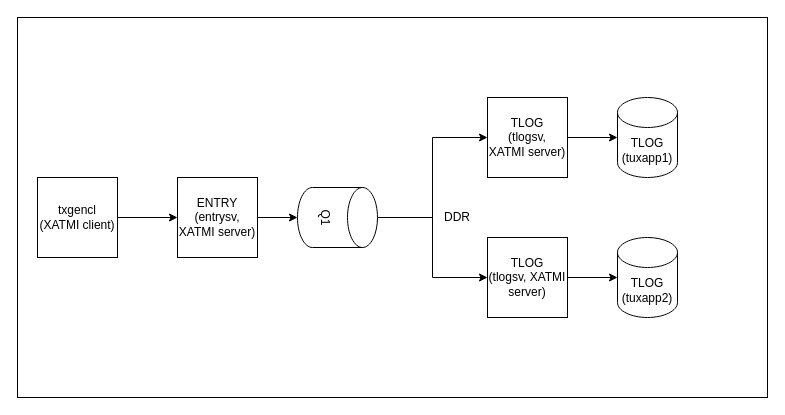
endurox-dev/tuxapp keeps this draw.io diagram as doc/program.drawio. Above is the earlier version. Source tidied: cells renumbered, new cells numbered last; positions are measured from the earlier drawing's top-left corner, leaving out a move shared by most shapes. Both pictures are drawn from the tidied source at 100%, with x=0, y=0 at pixel (17, 17).
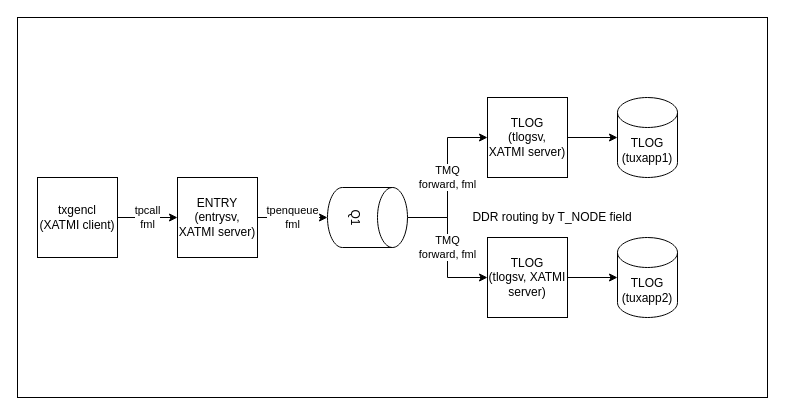
Above is the later version.

Diff of the diagram source:
```diff
@@
 <mxGraphModel>
   <root>
     <mxCell id="0" />
     <mxCell id="1" parent="0" />
     <mxCell id="2" style="rounded=0;whiteSpace=wrap;html=1;" parent="1" vertex="1">
       <mxGeometry width="750" height="380" as="geometry" />
     </mxCell>
-    <mxCell id="3" style="edgeStyle=orthogonalEdgeStyle;rounded=0;jettySize=auto;html=1;entryX=0;entryY=0.5;entryDx=0;entryDy=0;" parent="1" edge="1" source="4" target="16">
+    <mxCell id="3" value="tpcall&lt;br&gt;fml" style="edgeStyle=orthogonalEdgeStyle;rounded=0;jettySize=auto;html=1;entryX=0;entryY=0.5;entryDx=0;entryDy=0;" parent="1" edge="1" source="4" target="16">
       <mxGeometry relative="1" as="geometry" />
     </mxCell>
     <mxCell id="4" value="txgencl&lt;br&gt;(XATMI client)" style="whiteSpace=wrap;html=1;" parent="1" vertex="1">
       <mxGeometry x="20" y="160" width="80" height="80" as="geometry" />
     </mxCell>
-    <mxCell id="5" style="edgeStyle=orthogonalEdgeStyle;rounded=0;jettySize=auto;html=1;exitX=0.5;exitY=0;exitDx=0;exitDy=0;exitPerimeter=0;" parent="1" edge="1" source="7" target="11">
+    <mxCell id="5" value="TMQ&lt;br&gt;forward, fml" style="edgeStyle=orthogonalEdgeStyle;rounded=0;jettySize=auto;html=1;exitX=0.5;exitY=0;exitDx=0;exitDy=0;exitPerimeter=0;" parent="1" edge="1" source="7" target="11">
       <mxGeometry relative="1" as="geometry" />
     </mxCell>
-    <mxCell id="6" style="edgeStyle=orthogonalEdgeStyle;rounded=0;jettySize=auto;html=1;entryX=0;entryY=0.5;entryDx=0;entryDy=0;" parent="1" edge="1" source="7" target="9">
+    <mxCell id="6" value="TMQ&lt;br&gt;forward, fml" style="edgeStyle=orthogonalEdgeStyle;rounded=0;jettySize=auto;html=1;entryX=0;entryY=0.5;entryDx=0;entryDy=0;" parent="1" edge="1" source="7" target="9">
       <mxGeometry relative="1" as="geometry" />
     </mxCell>
     <mxCell id="7" value="Q1" style="shape=cylinder3;whiteSpace=wrap;html=1;boundedLbl=1;backgroundOutline=1;size=15;rotation=90;" parent="1" vertex="1">
-      <mxGeometry x="290" y="160" width="60" height="80" as="geometry" />
+      <mxGeometry x="320" y="160" width="60" height="80" as="geometry" />
     </mxCell>
     <mxCell id="8" style="edgeStyle=orthogonalEdgeStyle;rounded=0;jettySize=auto;html=1;exitX=1;exitY=0.5;exitDx=0;exitDy=0;" parent="1" edge="1" source="9" target="12">
       <mxGeometry relative="1" as="geometry" />
     </mxCell>
     <mxCell id="9" value="TLOG&lt;br&gt;(tlogsv,&lt;br&gt;XATMI server)" style="whiteSpace=wrap;html=1;" parent="1" vertex="1">
       <mxGeometry x="470" y="80" width="80" height="80" as="geometry" />
     </mxCell>
     <mxCell id="10" style="edgeStyle=orthogonalEdgeStyle;rounded=0;jettySize=auto;html=1;exitX=1;exitY=0.5;exitDx=0;exitDy=0;entryX=0;entryY=0.5;entryDx=0;entryDy=0;entryPerimeter=0;" parent="1" edge="1" source="11" target="13">
       <mxGeometry relative="1" as="geometry" />
     </mxCell>
     <mxCell id="11" value="TLOG&lt;br&gt;(tlogsv, XATMI server)" style="whiteSpace=wrap;html=1;" parent="1" vertex="1">
       <mxGeometry x="470" y="220" width="80" height="80" as="geometry" />
     </mxCell>
     <mxCell id="12" value="TLOG&lt;br&gt;(tuxapp1)" style="shape=cylinder3;whiteSpace=wrap;html=1;boundedLbl=1;backgroundOutline=1;size=15;" parent="1" vertex="1">
       <mxGeometry x="600" y="80" width="60" height="80" as="geometry" />
     </mxCell>
     <mxCell id="13" value="TLOG&lt;br&gt;(tuxapp2)" style="shape=cylinder3;whiteSpace=wrap;html=1;boundedLbl=1;backgroundOutline=1;size=15;" parent="1" vertex="1">
       <mxGeometry x="600" y="220" width="60" height="80" as="geometry" />
     </mxCell>
-    <mxCell id="14" value="DDR" style="text;html=1;strokeColor=none;fillColor=none;align=center;verticalAlign=middle;whiteSpace=wrap;rounded=0;" parent="1" vertex="1">
-      <mxGeometry x="420" y="190" width="40" height="20" as="geometry" />
+    <mxCell id="14" value="DDR routing by T_NODE field" style="text;html=1;strokeColor=none;fillColor=none;align=center;verticalAlign=middle;whiteSpace=wrap;rounded=0;" parent="1" vertex="1">
+      <mxGeometry x="440" y="185" width="190" height="30" as="geometry" />
     </mxCell>
-    <mxCell id="15" style="edgeStyle=orthogonalEdgeStyle;rounded=0;jettySize=auto;html=1;entryX=0.5;entryY=1;entryDx=0;entryDy=0;entryPerimeter=0;" parent="1" edge="1" source="16" target="7">
+    <mxCell id="15" value="tpenqueue&lt;br&gt;fml" style="edgeStyle=orthogonalEdgeStyle;rounded=0;jettySize=auto;html=1;entryX=0.5;entryY=1;entryDx=0;entryDy=0;entryPerimeter=0;" parent="1" edge="1" source="16" target="7">
       <mxGeometry relative="1" as="geometry" />
     </mxCell>
     <mxCell id="16" value="ENTRY&lt;br&gt;(entrysv, XATMI server)" style="whiteSpace=wrap;html=1;" parent="1" vertex="1">
       <mxGeometry x="160" y="160" width="80" height="80" as="geometry" />
     </mxCell>
   </root>
 </mxGraphModel>
```
